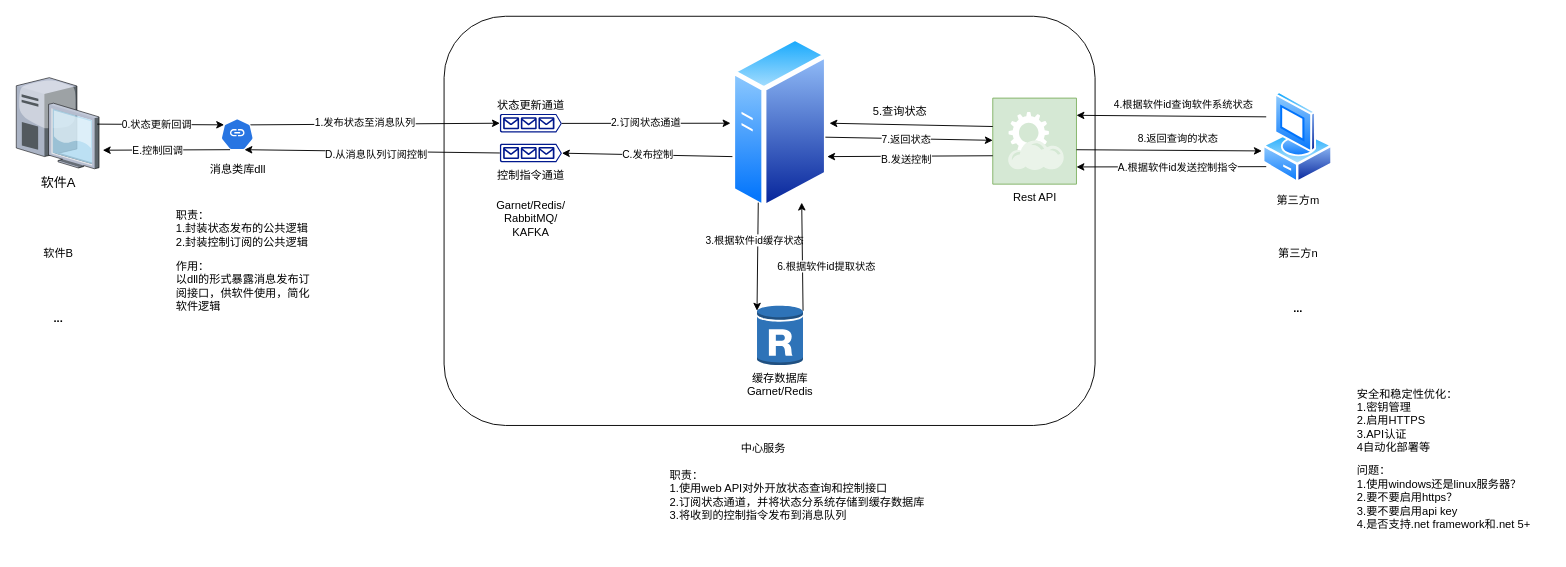
Earlier version of the draw.io diagram doc/网络架构.drawio (Yqghlx/LabTechOpenPlatform). Source tidied: cells renumbered, new cells numbered last; positions are measured from the earlier drawing's top-left corner, leaving out a move shared by most shapes. Both pictures are drawn from the tidied source at 93%, with x=0, y=0 at pixel (16, 16).
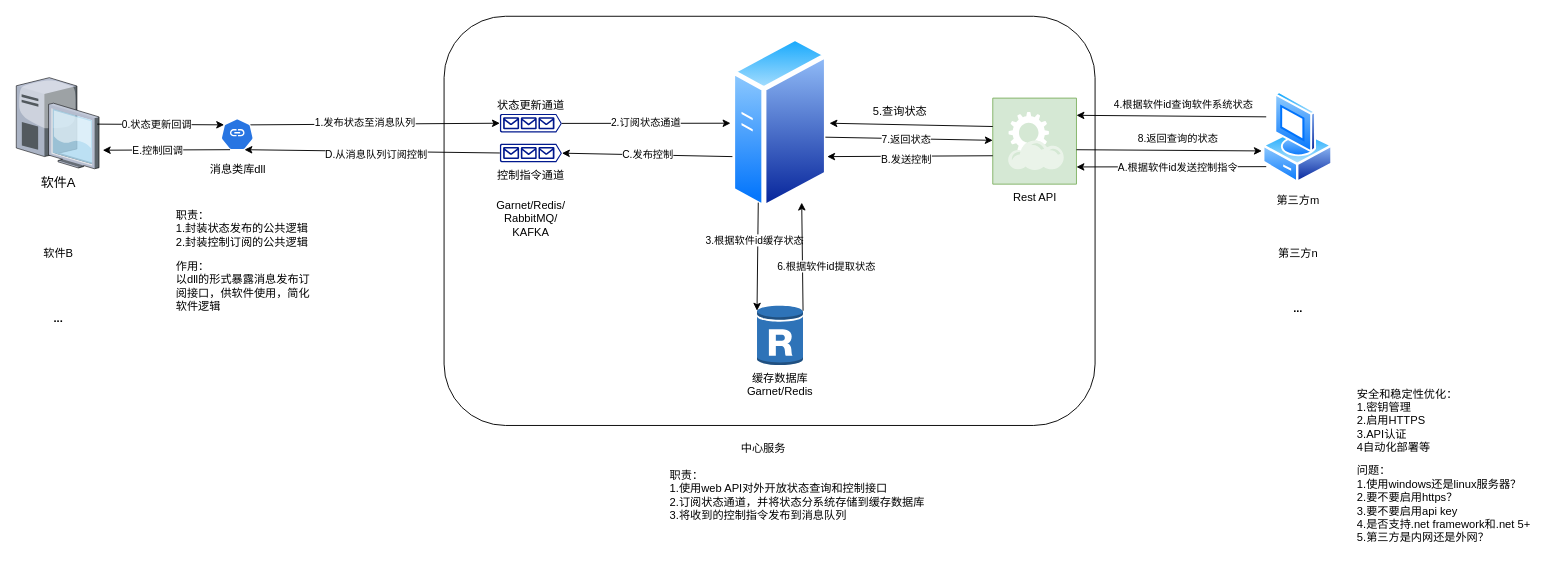
Above is the later version.

Change to the diagram source:
```diff
@@
-    <mxCell id="48" value="问题：&lt;div&gt;1.使用windows还是linux服务器？&lt;/div&gt;&lt;div&gt;2.要不要启用https？&lt;/div&gt;&lt;div&gt;3.要不要启用api key&lt;/div&gt;&lt;div&gt;4.是否支持.net framework和.net 5+&lt;/div&gt;&lt;div&gt;&lt;br&gt;&lt;/div&gt;" style="text;html=1;align=left;verticalAlign=middle;strokeColor=none;fillColor=none;" parent="1" vertex="1">
+    <mxCell id="48" value="问题：&lt;div&gt;1.使用windows还是linux服务器？&lt;/div&gt;&lt;div&gt;2.要不要启用https？&lt;/div&gt;&lt;div&gt;3.要不要启用api key&lt;/div&gt;&lt;div&gt;4.是否支持.net framework和.net 5+&lt;/div&gt;&lt;div&gt;5.第三方是内网还是外网？&lt;/div&gt;" style="text;html=1;align=left;verticalAlign=middle;strokeColor=none;fillColor=none;" parent="1" vertex="1">
       <mxGeometry x="1440" y="475" width="210" height="100" as="geometry" />
     </mxCell>
```
